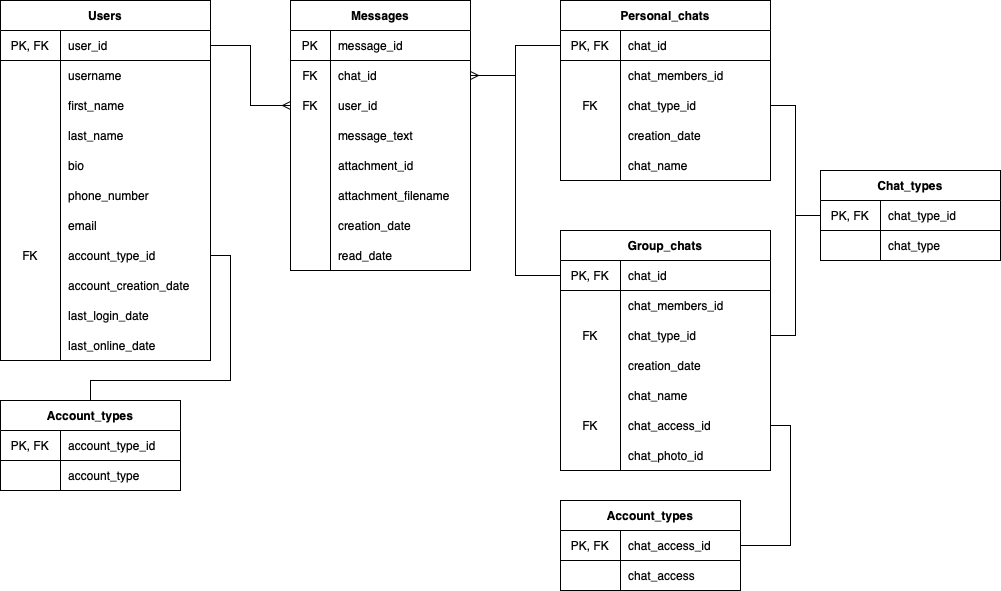
This is media/DB_schema.png from kirillmisnik/Edu-Netcracker_Messenger, a draw.io export, as it was before one commit. Source tidied: cells renumbered, new cells last; positions are measured from the earlier drawing's top-left corner, leaving out a move shared by most shapes.
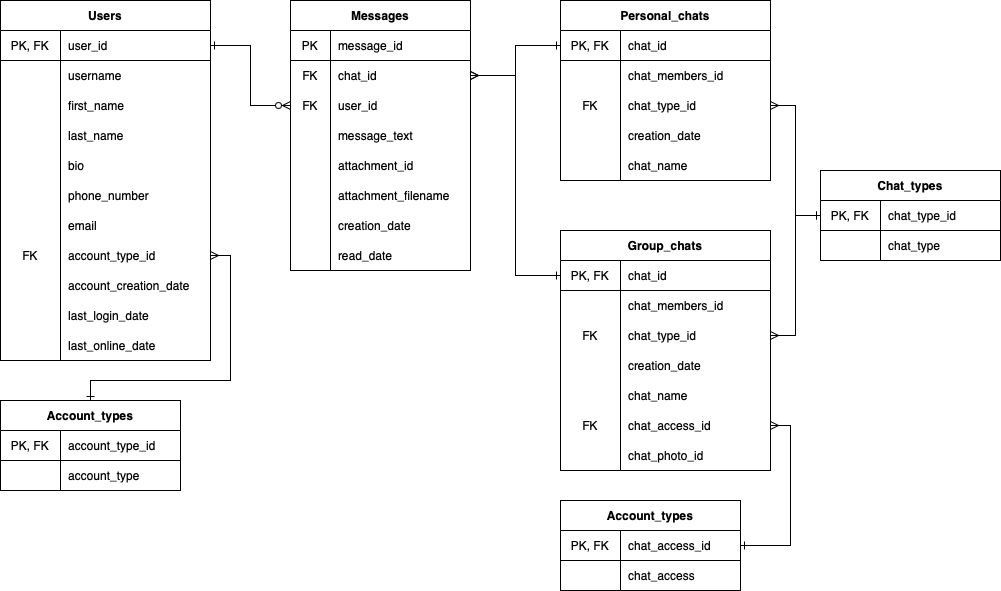
The same diagram one commit later.

The edit, as a diff of the source:
```diff
@@ -293,16 +293,16 @@
     <mxCell id="98" value="read_date" style="shape=partialRectangle;html=1;whiteSpace=wrap;fillColor=none;top=0;left=0;bottom=0;right=0;align=left;spacingLeft=6;overflow=hidden;" parent="96" vertex="1">
       <mxGeometry x="40" width="140" height="30" as="geometry" />
     </mxCell>
-    <mxCell id="99" style="edgeStyle=orthogonalEdgeStyle;rounded=0;jettySize=auto;html=1;entryX=0;entryY=0.5;entryDx=0;entryDy=0;endArrow=ERmany;endFill=0;" parent="1" edge="1" source="3" target="81">
+    <mxCell id="99" style="edgeStyle=orthogonalEdgeStyle;rounded=0;jettySize=auto;html=1;entryX=0;entryY=0.5;entryDx=0;entryDy=0;endArrow=ERzeroToMany;endFill=1;startArrow=ERone;startFill=0;" parent="1" edge="1" source="3" target="81">
       <mxGeometry relative="1" as="geometry" />
     </mxCell>
-    <mxCell id="100" style="edgeStyle=orthogonalEdgeStyle;rounded=0;jettySize=auto;html=1;entryX=0;entryY=0.5;entryDx=0;entryDy=0;endArrow=none;endFill=0;" parent="1" edge="1" source="78" target="53">
+    <mxCell id="100" style="edgeStyle=orthogonalEdgeStyle;rounded=0;jettySize=auto;html=1;entryX=0;entryY=0.5;entryDx=0;entryDy=0;endArrow=ERone;endFill=0;startArrow=ERmany;startFill=0;" parent="1" edge="1" source="78" target="53">
       <mxGeometry relative="1" as="geometry" />
     </mxCell>
-    <mxCell id="101" style="edgeStyle=orthogonalEdgeStyle;rounded=0;jettySize=auto;html=1;entryX=0;entryY=0.5;entryDx=0;entryDy=0;endArrow=none;endFill=0;startArrow=ERmany;startFill=0;" parent="1" edge="1" source="78" target="37">
+    <mxCell id="101" style="edgeStyle=orthogonalEdgeStyle;rounded=0;jettySize=auto;html=1;entryX=0;entryY=0.5;entryDx=0;entryDy=0;endArrow=ERone;endFill=0;startArrow=ERmany;startFill=0;" parent="1" edge="1" source="78" target="37">
       <mxGeometry relative="1" as="geometry" />
     </mxCell>
-    <mxCell id="102" style="edgeStyle=orthogonalEdgeStyle;rounded=0;jettySize=auto;html=1;entryX=1;entryY=0.5;entryDx=0;entryDy=0;startArrow=none;startFill=0;endArrow=none;endFill=0;" parent="1" edge="1" source="103" target="24">
+    <mxCell id="102" style="edgeStyle=orthogonalEdgeStyle;rounded=0;jettySize=auto;html=1;entryX=1;entryY=0.5;entryDx=0;entryDy=0;startArrow=ERone;startFill=0;endArrow=ERmany;endFill=0;" parent="1" edge="1" source="103" target="24">
       <mxGeometry relative="1" as="geometry">
         <Array as="points">
           <mxPoint x="90" y="380" />
@@ -353,7 +353,7 @@
     <mxCell id="116" value="chat_access" style="shape=partialRectangle;html=1;whiteSpace=wrap;fillColor=none;top=0;left=0;bottom=0;right=0;align=left;spacingLeft=6;overflow=hidden;" parent="114" vertex="1">
       <mxGeometry x="60" width="120" height="30" as="geometry" />
     </mxCell>
-    <mxCell id="117" style="edgeStyle=orthogonalEdgeStyle;rounded=0;jettySize=auto;html=1;entryX=1;entryY=0.5;entryDx=0;entryDy=0;startArrow=none;startFill=0;endArrow=none;endFill=0;" parent="1" edge="1" source="111" target="68">
+    <mxCell id="117" style="edgeStyle=orthogonalEdgeStyle;rounded=0;jettySize=auto;html=1;entryX=1;entryY=0.5;entryDx=0;entryDy=0;startArrow=ERone;startFill=0;endArrow=ERmany;endFill=0;" parent="1" edge="1" source="111" target="68">
       <mxGeometry relative="1" as="geometry" />
     </mxCell>
     <mxCell id="118" value="Chat_types" style="shape=table;startSize=30;rowLines=0;fontStyle=1;align=center;" parent="1" vertex="1">
@@ -377,10 +377,10 @@
     <mxCell id="124" value="chat_type" style="shape=partialRectangle;html=1;whiteSpace=wrap;fillColor=none;top=0;left=0;bottom=0;right=0;align=left;spacingLeft=6;overflow=hidden;" parent="122" vertex="1">
       <mxGeometry x="60" width="120" height="30" as="geometry" />
     </mxCell>
-    <mxCell id="125" style="edgeStyle=orthogonalEdgeStyle;rounded=0;jettySize=auto;html=1;entryX=0;entryY=0.5;entryDx=0;entryDy=0;startArrow=none;startFill=0;endArrow=none;endFill=0;" parent="1" edge="1" source="43" target="119">
+    <mxCell id="125" style="edgeStyle=orthogonalEdgeStyle;rounded=0;jettySize=auto;html=1;entryX=0;entryY=0.5;entryDx=0;entryDy=0;startArrow=ERmany;startFill=0;endArrow=ERone;endFill=0;" parent="1" edge="1" source="43" target="119">
       <mxGeometry relative="1" as="geometry" />
     </mxCell>
-    <mxCell id="126" style="edgeStyle=orthogonalEdgeStyle;rounded=0;jettySize=auto;html=1;entryX=0;entryY=0.5;entryDx=0;entryDy=0;startArrow=none;startFill=0;endArrow=none;endFill=0;" parent="1" edge="1" source="59" target="118">
+    <mxCell id="126" style="edgeStyle=orthogonalEdgeStyle;rounded=0;jettySize=auto;html=1;entryX=0;entryY=0.5;entryDx=0;entryDy=0;startArrow=ERmany;startFill=0;endArrow=ERone;endFill=0;" parent="1" edge="1" source="59" target="118">
       <mxGeometry relative="1" as="geometry" />
     </mxCell>
   </root>
```
